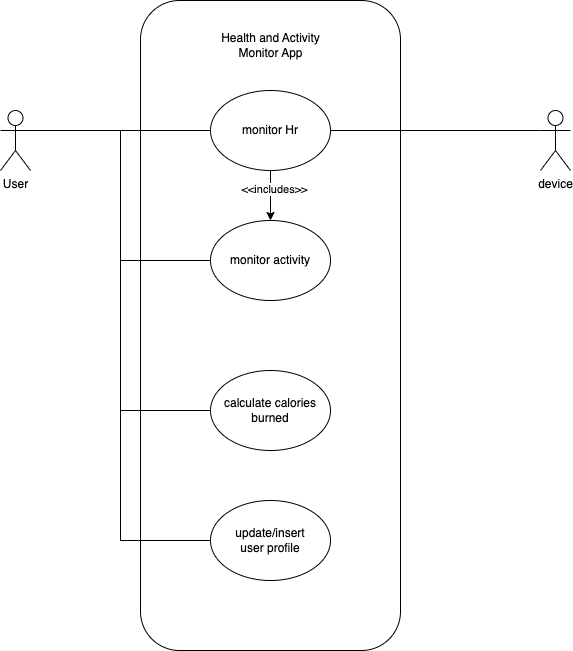
The draw.io diagram my-thesis/diagrams/usecase.drawio.png in ba-nhermanto/thesis, before a commit. Source tidied: cells renumbered, new cells last; positions are measured from the earlier drawing's top-left corner, leaving out a move shared by most shapes.
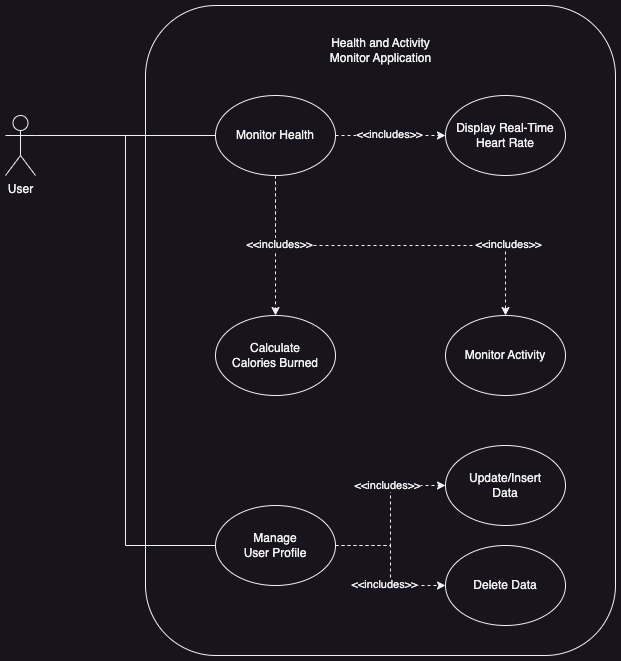
The same file after the commit.

Diff of the diagram source:
```diff
@@ -3,49 +3,82 @@
     <mxCell id="0" />
     <mxCell id="1" parent="0" />
     <mxCell id="2" style="rounded=1;whiteSpace=wrap;html=1;" parent="1" vertex="1">
-      <mxGeometry x="140" width="260" height="650" as="geometry" />
+      <mxGeometry x="140" width="470" height="650" as="geometry" />
     </mxCell>
     <mxCell id="3" style="edgeStyle=orthogonalEdgeStyle;rounded=0;jettySize=auto;html=1;exitX=1;exitY=0.3333333333333333;exitDx=0;exitDy=0;exitPerimeter=0;endArrow=none;endFill=0;" parent="1" edge="1" source="7" target="11">
       <mxGeometry relative="1" as="geometry" />
     </mxCell>
-    <mxCell id="4" style="edgeStyle=orthogonalEdgeStyle;rounded=0;jettySize=auto;html=1;exitX=1;exitY=0.3333333333333333;exitDx=0;exitDy=0;exitPerimeter=0;entryX=0;entryY=0.5;entryDx=0;entryDy=0;endArrow=none;endFill=0;" parent="1" edge="1" source="7" target="16">
-      <mxGeometry relative="1" as="geometry" />
-    </mxCell>
     <mxCell id="5" style="edgeStyle=orthogonalEdgeStyle;rounded=0;jettySize=auto;html=1;exitX=1;exitY=0.3333333333333333;exitDx=0;exitDy=0;exitPerimeter=0;entryX=0;entryY=0.5;entryDx=0;entryDy=0;endArrow=none;endFill=0;" parent="1" edge="1" source="7" target="14">
       <mxGeometry relative="1" as="geometry" />
     </mxCell>
-    <mxCell id="6" style="edgeStyle=orthogonalEdgeStyle;rounded=0;jettySize=auto;html=1;exitX=1;exitY=0.3333333333333333;exitDx=0;exitDy=0;exitPerimeter=0;entryX=0;entryY=0.5;entryDx=0;entryDy=0;endArrow=none;endFill=0;" parent="1" edge="1" source="7" target="15">
-      <mxGeometry relative="1" as="geometry" />
-    </mxCell>
     <mxCell id="7" value="User" style="shape=umlActor;verticalLabelPosition=bottom;verticalAlign=top;html=1;outlineConnect=0;" parent="1" vertex="1">
       <mxGeometry y="110" width="30" height="60" as="geometry" />
     </mxCell>
-    <mxCell id="8" value="Health and Activity &lt;br&gt;Monitor App" style="text;html=1;strokeColor=none;fillColor=none;align=center;verticalAlign=middle;whiteSpace=wrap;rounded=0;" parent="1" vertex="1">
-      <mxGeometry x="197.5" y="30" width="145" height="30" as="geometry" />
+    <mxCell id="8" value="Health and Activity &lt;br&gt;Monitor Application" style="text;html=1;strokeColor=none;fillColor=none;align=center;verticalAlign=middle;whiteSpace=wrap;rounded=0;" parent="1" vertex="1">
+      <mxGeometry x="302.5" y="30" width="145" height="30" as="geometry" />
     </mxCell>
-    <mxCell id="9" style="edgeStyle=orthogonalEdgeStyle;rounded=0;jettySize=auto;html=1;exitX=0.5;exitY=1;exitDx=0;exitDy=0;entryX=0.5;entryY=0;entryDx=0;entryDy=0;" parent="1" edge="1" source="11" target="16">
+    <mxCell id="9" style="edgeStyle=orthogonalEdgeStyle;rounded=0;jettySize=auto;html=1;exitX=0.5;exitY=1;exitDx=0;exitDy=0;entryX=0.5;entryY=0;entryDx=0;entryDy=0;dashed=1;" parent="1" edge="1" source="11" target="16">
       <mxGeometry relative="1" as="geometry" />
     </mxCell>
     <mxCell id="10" value="&amp;lt;&amp;lt;includes&amp;gt;&amp;gt;" style="edgeLabel;html=1;align=center;verticalAlign=middle;" parent="9" vertex="1">
-      <mxGeometry x="-0.3" y="3" relative="1" as="geometry" />
+      <mxGeometry x="-0.3" y="3" relative="1" as="geometry">
+        <mxPoint x="172" y="1" as="offset" />
+      </mxGeometry>
     </mxCell>
+    <mxCell id="17" style="edgeStyle=orthogonalEdgeStyle;rounded=0;jettySize=auto;html=1;dashed=1;" parent="1" edge="1" source="11" target="21">
+      <mxGeometry relative="1" as="geometry" />
+    </mxCell>
+    <mxCell id="18" style="edgeStyle=orthogonalEdgeStyle;rounded=0;jettySize=auto;html=1;exitX=0;exitY=1;exitDx=0;exitDy=0;dashed=1;" parent="1" edge="1" source="11" target="15">
+      <mxGeometry relative="1" as="geometry">
+        <Array as="points">
+          <mxPoint x="270" y="158" />
+        </Array>
+      </mxGeometry>
+    </mxCell>
-    <mxCell id="11" value="monitor Hr" style="ellipse;whiteSpace=wrap;html=1;" parent="1" vertex="1">
+    <mxCell id="11" value="Monitor Health" style="ellipse;whiteSpace=wrap;html=1;" parent="1" vertex="1">
       <mxGeometry x="210" y="90" width="120" height="80" as="geometry" />
     </mxCell>
-    <mxCell id="12" style="edgeStyle=orthogonalEdgeStyle;rounded=0;jettySize=auto;html=1;exitX=0;exitY=0.3333333333333333;exitDx=0;exitDy=0;exitPerimeter=0;entryX=1;entryY=0.5;entryDx=0;entryDy=0;endArrow=none;endFill=0;" parent="1" edge="1" source="13" target="11">
-      <mxGeometry relative="1" as="geometry" />
-    </mxCell>
-    <mxCell id="13" value="device" style="shape=umlActor;verticalLabelPosition=bottom;verticalAlign=top;html=1;outlineConnect=0;" parent="1" vertex="1">
-      <mxGeometry x="540" y="110" width="30" height="60" as="geometry" />
-    </mxCell>
+    <mxCell id="19" style="edgeStyle=orthogonalEdgeStyle;rounded=0;jettySize=auto;html=1;dashed=1;" parent="1" edge="1" source="14" target="23">
+      <mxGeometry relative="1" as="geometry" />
+    </mxCell>
+    <mxCell id="20" value="&amp;lt;&amp;lt;includes&amp;gt;&amp;gt;" style="edgeLabel;html=1;align=center;verticalAlign=middle;" parent="19" vertex="1">
+      <mxGeometry x="0.03" y="-4" relative="1" as="geometry">
+        <mxPoint x="-8" y="-29" as="offset" />
+      </mxGeometry>
+    </mxCell>
-    <mxCell id="14" value="update/insert &lt;br&gt;user profile" style="ellipse;whiteSpace=wrap;html=1;" parent="1" vertex="1">
+    <mxCell id="14" value="Manage&lt;br&gt;User Profile" style="ellipse;whiteSpace=wrap;html=1;" parent="1" vertex="1">
       <mxGeometry x="210" y="500" width="120" height="80" as="geometry" />
     </mxCell>
-    <mxCell id="15" value="calculate calories&lt;br&gt;burned" style="ellipse;whiteSpace=wrap;html=1;" parent="1" vertex="1">
-      <mxGeometry x="210" y="370" width="120" height="80" as="geometry" />
+    <mxCell id="15" value="Calculate &lt;br&gt;Calories Burned" style="ellipse;whiteSpace=wrap;html=1;" parent="1" vertex="1">
+      <mxGeometry x="210" y="310" width="120" height="80" as="geometry" />
     </mxCell>
-    <mxCell id="16" value="monitor activity" style="ellipse;whiteSpace=wrap;html=1;" parent="1" vertex="1">
-      <mxGeometry x="210" y="220" width="120" height="80" as="geometry" />
+    <mxCell id="16" value="Monitor Activity" style="ellipse;whiteSpace=wrap;html=1;" parent="1" vertex="1">
+      <mxGeometry x="440" y="310" width="120" height="80" as="geometry" />
     </mxCell>
+    <mxCell id="21" value="Display Real-Time&lt;br&gt;Heart Rate" style="ellipse;whiteSpace=wrap;html=1;" parent="1" vertex="1">
+      <mxGeometry x="440" y="90" width="120" height="80" as="geometry" />
+    </mxCell>
+    <mxCell id="22" value="&amp;lt;&amp;lt;includes&amp;gt;&amp;gt;" style="edgeLabel;html=1;align=center;verticalAlign=middle;" parent="1" vertex="1">
+      <mxGeometry x="383" y="128" as="geometry" />
+    </mxCell>
+    <mxCell id="23" value="Update/Insert&lt;br&gt;Data" style="ellipse;whiteSpace=wrap;html=1;" parent="1" vertex="1">
+      <mxGeometry x="440" y="440" width="120" height="80" as="geometry" />
+    </mxCell>
+    <mxCell id="24" value="&amp;lt;&amp;lt;includes&amp;gt;&amp;gt;" style="edgeLabel;html=1;align=center;verticalAlign=middle;" parent="1" vertex="1">
+      <mxGeometry x="251" y="238" as="geometry">
+        <mxPoint x="22" as="offset" />
+      </mxGeometry>
+    </mxCell>
+    <mxCell id="25" style="edgeStyle=orthogonalEdgeStyle;rounded=0;jettySize=auto;html=1;exitX=1;exitY=0.5;exitDx=0;exitDy=0;dashed=1;" parent="1" edge="1" source="14" target="27">
+      <mxGeometry relative="1" as="geometry" />
+    </mxCell>
+    <mxCell id="26" value="&amp;lt;&amp;lt;includes&amp;gt;&amp;gt;" style="edgeLabel;html=1;align=center;verticalAlign=middle;" parent="25" vertex="1">
+      <mxGeometry x="0.03" y="-4" relative="1" as="geometry">
+        <mxPoint x="-3" y="16" as="offset" />
+      </mxGeometry>
+    </mxCell>
+    <mxCell id="27" value="Delete Data" style="ellipse;whiteSpace=wrap;html=1;" parent="1" vertex="1">
+      <mxGeometry x="440" y="540" width="120" height="80" as="geometry" />
+    </mxCell>
   </root>
 </mxGraphModel>
```
